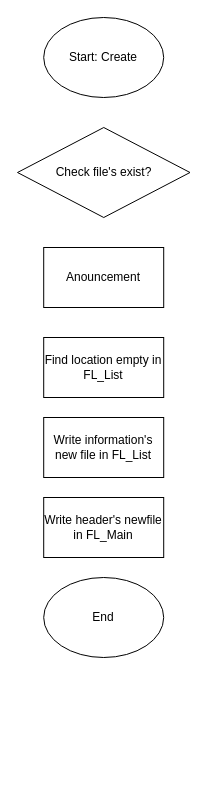
The draw.io diagram page "Create" (1 of 4) of Mindset.drawio in Chipuscu/STM321, before the edit. Source tidied: cells renumbered, new cells numbered last; positions are measured from the earlier drawing's top-left corner, leaving out a move shared by most shapes. Both pictures are drawn from the tidied source at 100%, with x=0, y=0 at pixel (17, 17).
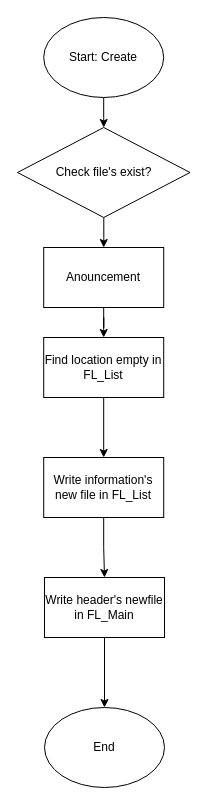
The same diagram, later.

Diff of the diagram source:
```diff
@@
 <mxGraphModel>
   <root>
     <mxCell id="0" />
     <mxCell id="1" parent="0" />
+    <mxCell id="9" style="edgeStyle=orthogonalEdgeStyle;rounded=0;jettySize=auto;html=1;entryX=0.5;entryY=0;entryDx=0;entryDy=0;" parent="1" edge="1" source="2" target="3">
+      <mxGeometry relative="1" as="geometry" />
+    </mxCell>
     <mxCell id="2" value="Check file's exist?" style="rhombus;whiteSpace=wrap;html=1;" parent="1" vertex="1">
       <mxGeometry y="110" width="172.5" height="90" as="geometry" />
     </mxCell>
+    <mxCell id="10" style="edgeStyle=orthogonalEdgeStyle;rounded=0;jettySize=auto;html=1;entryX=0.5;entryY=0;entryDx=0;entryDy=0;" parent="1" edge="1" source="3" target="4">
+      <mxGeometry relative="1" as="geometry" />
+    </mxCell>
     <mxCell id="3" value="Anouncement" style="rounded=0;whiteSpace=wrap;html=1;" parent="1" vertex="1">
       <mxGeometry x="26.2" y="230" width="120" height="60" as="geometry" />
     </mxCell>
+    <mxCell id="11" style="edgeStyle=orthogonalEdgeStyle;rounded=0;jettySize=auto;html=1;entryX=0.5;entryY=0;entryDx=0;entryDy=0;" parent="1" edge="1" source="4" target="5">
+      <mxGeometry relative="1" as="geometry" />
+    </mxCell>
     <mxCell id="4" value="Find location empty in FL_List" style="rounded=0;whiteSpace=wrap;html=1;" parent="1" vertex="1">
       <mxGeometry x="26.2" y="320" width="120" height="60" as="geometry" />
     </mxCell>
+    <mxCell id="12" style="edgeStyle=orthogonalEdgeStyle;rounded=0;jettySize=auto;html=1;entryX=0.5;entryY=0;entryDx=0;entryDy=0;" parent="1" edge="1" source="5" target="6">
+      <mxGeometry relative="1" as="geometry" />
+    </mxCell>
     <mxCell id="5" value="Write information's new file in FL_List" style="rounded=0;whiteSpace=wrap;html=1;" parent="1" vertex="1">
-      <mxGeometry x="26.2" y="400" width="120" height="60" as="geometry" />
+      <mxGeometry x="26.2" y="440" width="120" height="60" as="geometry" />
     </mxCell>
+    <mxCell id="13" style="edgeStyle=orthogonalEdgeStyle;rounded=0;jettySize=auto;html=1;entryX=0.5;entryY=0;entryDx=0;entryDy=0;" parent="1" edge="1" source="6" target="7">
+      <mxGeometry relative="1" as="geometry" />
+    </mxCell>
     <mxCell id="6" value="Write header's newfile in FL_Main" style="rounded=0;whiteSpace=wrap;html=1;" parent="1" vertex="1">
-      <mxGeometry x="26.2" y="480" width="120" height="60" as="geometry" />
+      <mxGeometry x="27" y="560" width="120" height="60" as="geometry" />
     </mxCell>
     <mxCell id="7" value="End" style="ellipse;whiteSpace=wrap;html=1;" parent="1" vertex="1">
-      <mxGeometry x="26.2" y="560" width="120" height="80" as="geometry" />
+      <mxGeometry x="27" y="690" width="120" height="80" as="geometry" />
     </mxCell>
+    <mxCell id="14" style="edgeStyle=orthogonalEdgeStyle;rounded=0;jettySize=auto;html=1;entryX=0.5;entryY=0;entryDx=0;entryDy=0;" parent="1" edge="1" source="8" target="2">
+      <mxGeometry relative="1" as="geometry" />
+    </mxCell>
     <mxCell id="8" value="Start: Create" style="ellipse;whiteSpace=wrap;html=1;" parent="1" vertex="1">
       <mxGeometry x="26.2" width="120" height="80" as="geometry" />
     </mxCell>
   </root>
 </mxGraphModel>
```
